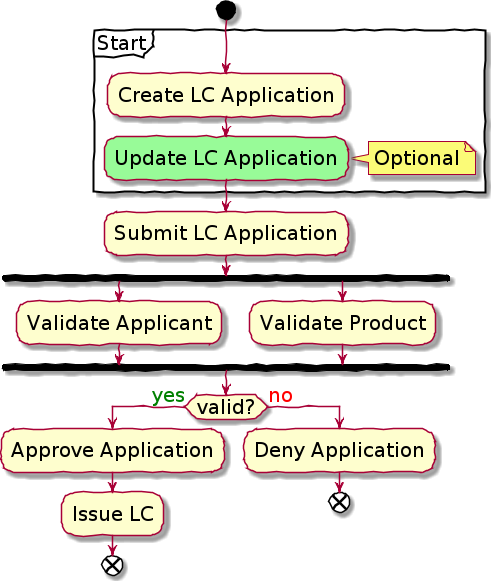
Before: images/potential-commands.png, a diagram exported from PlantUML (ddd-book-java/prem-website).
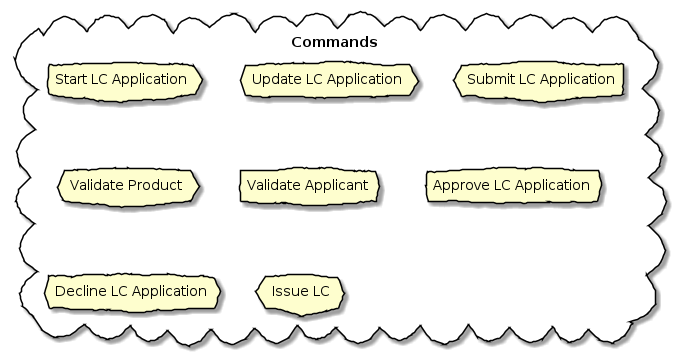
The same file after the commit.

The edit, as a diff of the source:
```diff
@@ -1,28 +1,14 @@
 @startuml
 skinparam handwritten true
-<style>
-activityDiagram {
-  FontName "Gloria Hallelujah"
-  FontSize 20
+skinparam CloudFontName "Gloria Hallelujah"
+cloud Commands {
+    cloud "Start LC Application"
+    cloud "Update LC Application"
+    cloud "Submit LC Application"
+    cloud "Validate Product"
+    cloud "Validate Applicant"
+    cloud "Approve LC Application"
+    cloud "Decline LC Application"
+    cloud "Issue LC"
 }
-</style>
-start
-partition Start {
-:Create LC Application;
-#palegreen:Update LC Application;
-note right: Optional
-}
-:Submit LC Application;
-fork
-:Validate Applicant;
-fork again
-:Validate Product;
-end fork
-if (valid?) is (<color:green>yes) then
-:Approve Application;
-:Issue LC;
-end
-else (<color:red>no)
-:Deny Application;
-end
 @enduml
```
